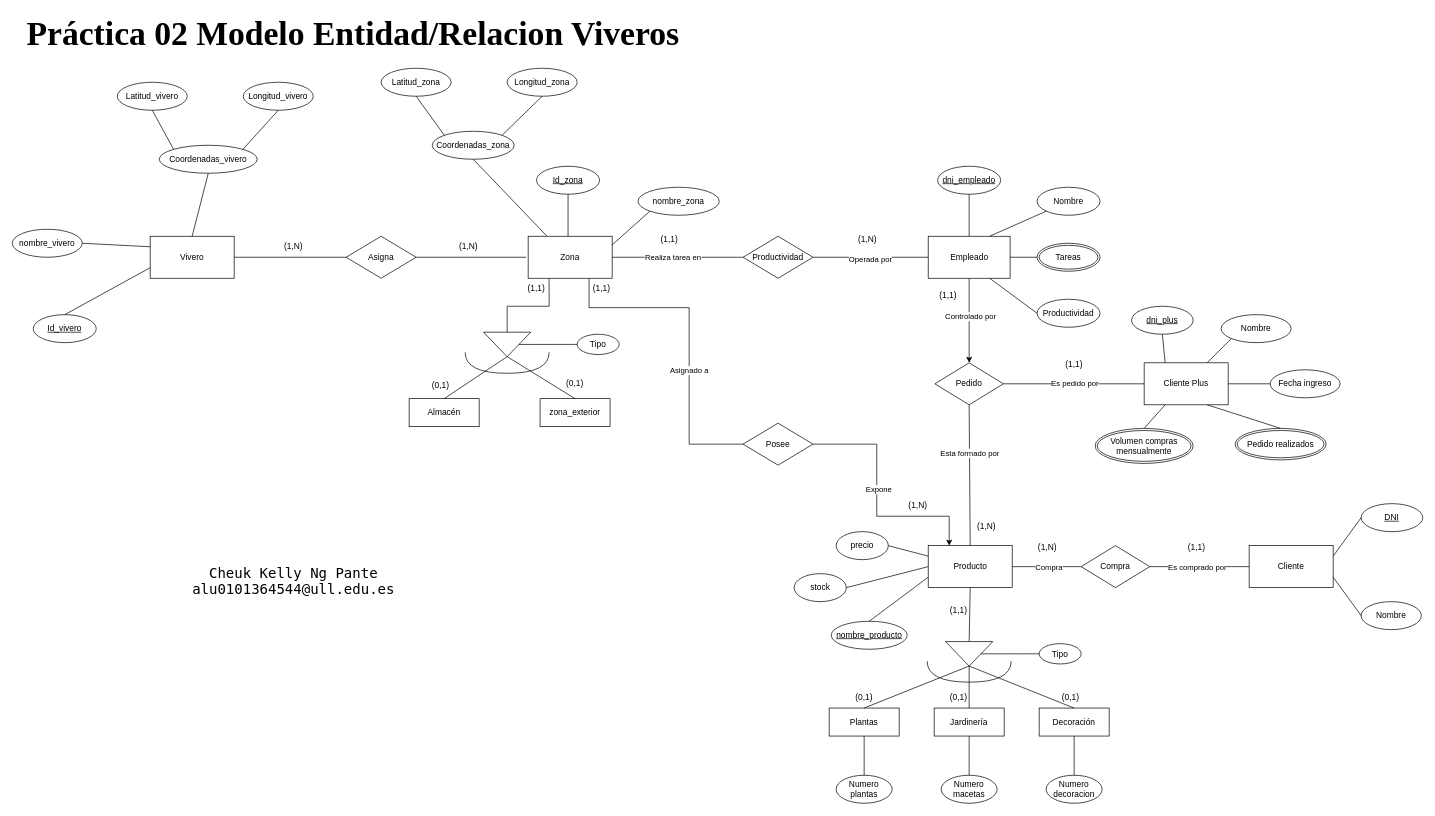
Earlier version of the draw.io diagram Practica_03_Modelo_Relacional_Viveros/drawio/Practica_02_Modelo_Entidad-Relacion_Viveros.drawio (feichay10/Practicas-ADBD). Source tidied: cells renumbered, new cells numbered last; positions are measured from the earlier drawing's top-left corner, leaving out a move shared by most shapes. Both pictures are drawn from the tidied source at 70%, with x=0, y=0 at pixel (12, 12).
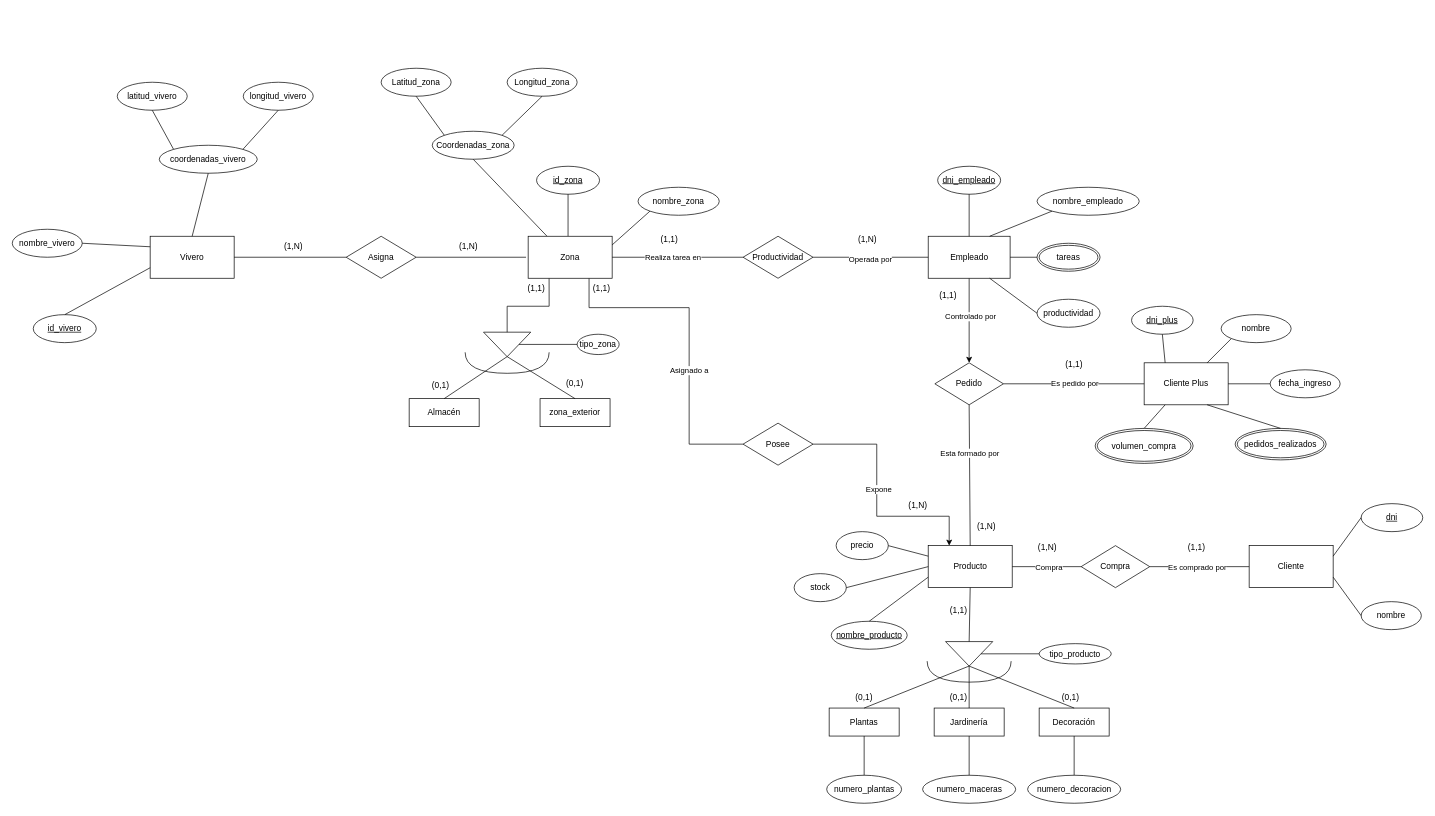
Above is the later version.

What changed in the source:
```diff
@@
-    <mxCell id="13" value="Tipo" style="ellipse;whiteSpace=wrap;html=1;align=center;" parent="1" vertex="1">
+    <mxCell id="13" value="tipo_zona" style="ellipse;whiteSpace=wrap;html=1;align=center;" parent="1" vertex="1">
       <mxGeometry x="807" y="460" width="60" height="29" as="geometry" />
     </mxCell>
@@
-    <mxCell id="15" value="Id_vivero" style="ellipse;whiteSpace=wrap;html=1;align=center;fontStyle=4;" parent="1" vertex="1">
+    <mxCell id="15" value="id_vivero" style="ellipse;whiteSpace=wrap;html=1;align=center;fontStyle=4;" parent="1" vertex="1">
       <mxGeometry x="30" y="432" width="90" height="40" as="geometry" />
     </mxCell>
@@
-    <mxCell id="19" value="Id_zona" style="ellipse;whiteSpace=wrap;html=1;align=center;fontStyle=4;" parent="1" vertex="1">
+    <mxCell id="19" value="id_zona" style="ellipse;whiteSpace=wrap;html=1;align=center;fontStyle=4;" parent="1" vertex="1">
       <mxGeometry x="749" y="220" width="90" height="40" as="geometry" />
     </mxCell>
@@
-    <mxCell id="23" value="Coordenadas_vivero" style="ellipse;whiteSpace=wrap;html=1;align=center;" parent="1" vertex="1">
+    <mxCell id="23" value="coordenadas_vivero" style="ellipse;whiteSpace=wrap;html=1;align=center;" parent="1" vertex="1">
       <mxGeometry x="210" y="190" width="140" height="40" as="geometry" />
     </mxCell>
-    <mxCell id="24" value="Latitud_vivero" style="ellipse;whiteSpace=wrap;html=1;align=center;" parent="1" vertex="1">
+    <mxCell id="24" value="latitud_vivero" style="ellipse;whiteSpace=wrap;html=1;align=center;" parent="1" vertex="1">
       <mxGeometry x="150" y="100" width="100" height="40" as="geometry" />
     </mxCell>
-    <mxCell id="25" value="Longitud_vivero" style="ellipse;whiteSpace=wrap;html=1;align=center;" parent="1" vertex="1">
+    <mxCell id="25" value="longitud_vivero" style="ellipse;whiteSpace=wrap;html=1;align=center;" parent="1" vertex="1">
       <mxGeometry x="330" y="100" width="100" height="40" as="geometry" />
     </mxCell>
@@
-    <mxCell id="37" value="Nombre" style="ellipse;whiteSpace=wrap;html=1;align=center;" parent="1" vertex="1">
-      <mxGeometry x="1464" y="250" width="90" height="40" as="geometry" />
+    <mxCell id="37" value="nombre_empleado" style="ellipse;whiteSpace=wrap;html=1;align=center;" parent="1" vertex="1">
+      <mxGeometry x="1464" y="250" width="146" height="40" as="geometry" />
     </mxCell>
@@
-    <mxCell id="41" value="Tareas" style="ellipse;shape=doubleEllipse;margin=3;whiteSpace=wrap;html=1;align=center;" parent="1" vertex="1">
+    <mxCell id="41" value="tareas" style="ellipse;shape=doubleEllipse;margin=3;whiteSpace=wrap;html=1;align=center;" parent="1" vertex="1">
       <mxGeometry x="1464" y="330" width="90" height="40" as="geometry" />
     </mxCell>
-    <mxCell id="42" value="Productividad" style="ellipse;whiteSpace=wrap;html=1;align=center;" parent="1" vertex="1">
+    <mxCell id="42" value="productividad" style="ellipse;whiteSpace=wrap;html=1;align=center;" parent="1" vertex="1">
       <mxGeometry x="1464" y="410" width="90" height="40" as="geometry" />
     </mxCell>
@@
-    <mxCell id="50" value="Nombre" style="ellipse;whiteSpace=wrap;html=1;align=center;" parent="1" vertex="1">
+    <mxCell id="50" value="nombre" style="ellipse;whiteSpace=wrap;html=1;align=center;" parent="1" vertex="1">
       <mxGeometry x="1727" y="432" width="100" height="40" as="geometry" />
     </mxCell>
-    <mxCell id="51" value="Fecha ingreso" style="ellipse;whiteSpace=wrap;html=1;align=center;" parent="1" vertex="1">
+    <mxCell id="51" value="fecha_ingreso" style="ellipse;whiteSpace=wrap;html=1;align=center;" parent="1" vertex="1">
       <mxGeometry x="1797" y="510.8" width="100" height="40" as="geometry" />
     </mxCell>
@@
-    <mxCell id="55" value="Volumen compras mensualmente" style="ellipse;shape=doubleEllipse;margin=3;whiteSpace=wrap;html=1;align=center;" parent="1" vertex="1">
+    <mxCell id="55" value="volumen_compra" style="ellipse;shape=doubleEllipse;margin=3;whiteSpace=wrap;html=1;align=center;" parent="1" vertex="1">
       <mxGeometry x="1547" y="594.5" width="140" height="50" as="geometry" />
     </mxCell>
-    <mxCell id="56" value="Pedido realizados" style="ellipse;shape=doubleEllipse;margin=3;whiteSpace=wrap;html=1;align=center;" parent="1" vertex="1">
+    <mxCell id="56" value="pedidos_realizados" style="ellipse;shape=doubleEllipse;margin=3;whiteSpace=wrap;html=1;align=center;" parent="1" vertex="1">
       <mxGeometry x="1747" y="594.5" width="130" height="45" as="geometry" />
     </mxCell>
@@
-    <mxCell id="68" value="DNI" style="ellipse;whiteSpace=wrap;html=1;align=center;fontStyle=4;" parent="1" vertex="1">
+    <mxCell id="68" value="dni" style="ellipse;whiteSpace=wrap;html=1;align=center;fontStyle=4;" parent="1" vertex="1">
       <mxGeometry x="1927" y="702" width="88" height="40" as="geometry" />
     </mxCell>
@@
-    <mxCell id="70" value="Nombre" style="ellipse;whiteSpace=wrap;html=1;align=center;" parent="1" vertex="1">
+    <mxCell id="70" value="nombre" style="ellipse;whiteSpace=wrap;html=1;align=center;" parent="1" vertex="1">
       <mxGeometry x="1927" y="842" width="86" height="40" as="geometry" />
     </mxCell>
@@
-    <mxCell id="83" value="Tipo" style="ellipse;whiteSpace=wrap;html=1;align=center;" parent="1" vertex="1">
-      <mxGeometry x="1467" y="902" width="60" height="29" as="geometry" />
+    <mxCell id="83" value="tipo_producto" style="ellipse;whiteSpace=wrap;html=1;align=center;" parent="1" vertex="1">
+      <mxGeometry x="1467" y="902" width="103" height="29" as="geometry" />
     </mxCell>
@@
-    <mxCell id="88" value="Numero plantas" style="ellipse;whiteSpace=wrap;html=1;align=center;" parent="1" vertex="1">
-      <mxGeometry x="1177" y="1090" width="80" height="40" as="geometry" />
+    <mxCell id="88" value="numero_plantas" style="ellipse;whiteSpace=wrap;html=1;align=center;" parent="1" vertex="1">
+      <mxGeometry x="1163.5" y="1090" width="107" height="40" as="geometry" />
     </mxCell>
@@
-    <mxCell id="90" value="Numero macetas" style="ellipse;whiteSpace=wrap;html=1;align=center;" parent="1" vertex="1">
-      <mxGeometry x="1327" y="1090" width="80" height="40" as="geometry" />
+    <mxCell id="90" value="numero_maceras" style="ellipse;whiteSpace=wrap;html=1;align=center;" parent="1" vertex="1">
+      <mxGeometry x="1300.5" y="1090" width="133" height="40" as="geometry" />
     </mxCell>
@@
-    <mxCell id="92" value="Numero decoracion" style="ellipse;whiteSpace=wrap;html=1;align=center;" parent="1" vertex="1">
-      <mxGeometry x="1477" y="1090" width="80" height="40" as="geometry" />
+    <mxCell id="92" value="numero_decoracion" style="ellipse;whiteSpace=wrap;html=1;align=center;" parent="1" vertex="1">
+      <mxGeometry x="1450.5" y="1090" width="133" height="40" as="geometry" />
     </mxCell>
@@
-    <mxCell id="112" value="&lt;font face=&quot;Lucida Console&quot; style=&quot;font-size: 20px;&quot;&gt;Cheuk Kelly Ng Pante alu0101364544@ull.edu.es&lt;/font&gt;" style="text;html=1;strokeColor=none;fillColor=none;align=center;verticalAlign=middle;whiteSpace=wrap;rounded=0;" parent="1" vertex="1">
-      <mxGeometry x="247" y="782" width="310" height="60" as="geometry" />
-    </mxCell>
-    <mxCell id="113" value="&lt;font face=&quot;Garamond&quot; style=&quot;font-size: 48px;&quot;&gt;&lt;b&gt;Práctica 02 Modelo Entidad/Relacion Viveros&lt;/b&gt;&lt;/font&gt;" style="text;html=1;strokeColor=none;fillColor=none;align=center;verticalAlign=middle;whiteSpace=wrap;rounded=0;" parent="1" vertex="1">
-      <mxGeometry x="17" width="940" height="60" as="geometry" />
-    </mxCell>
```
